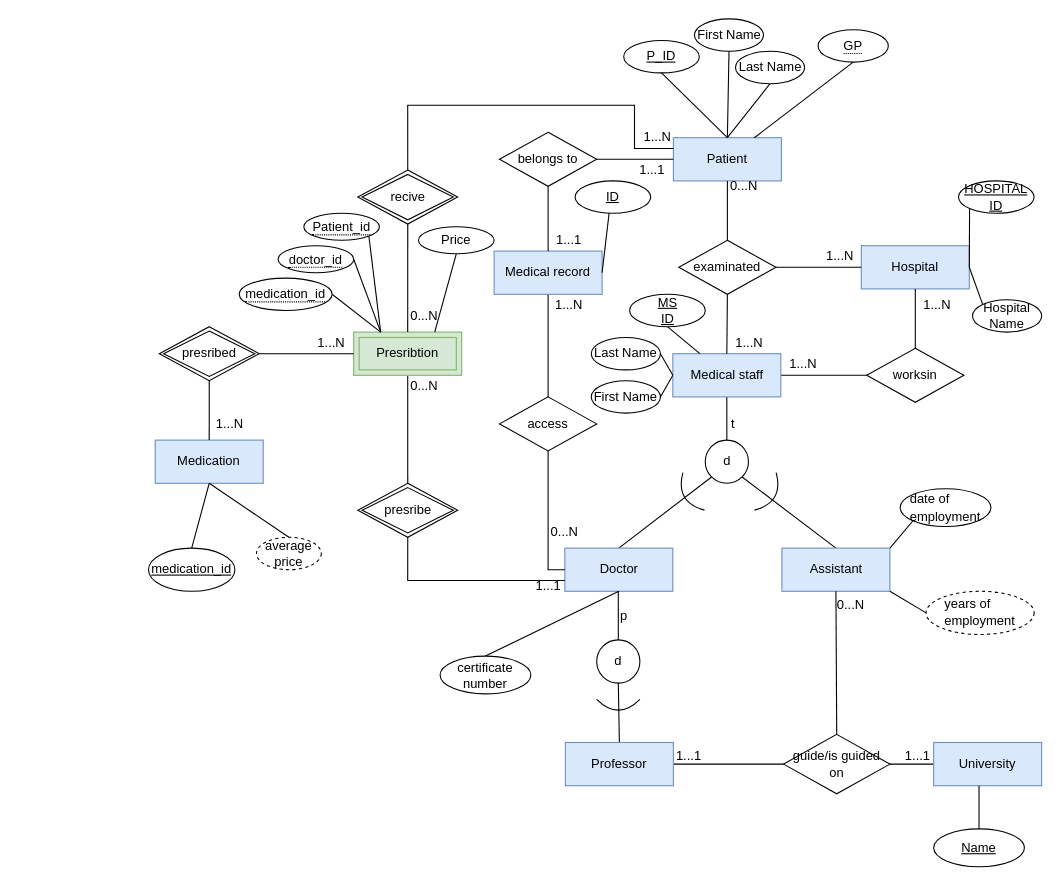
fragolaTJ/TTtrak keeps this draw.io diagram as Untitled Diagram.drawio. Above is the earlier version. Source tidied: cells renumbered, new cells numbered last; positions are measured from the earlier drawing's top-left corner, leaving out a move shared by most shapes. Both pictures are drawn from the tidied source at 108%, with x=0, y=0 at pixel (148, 18).
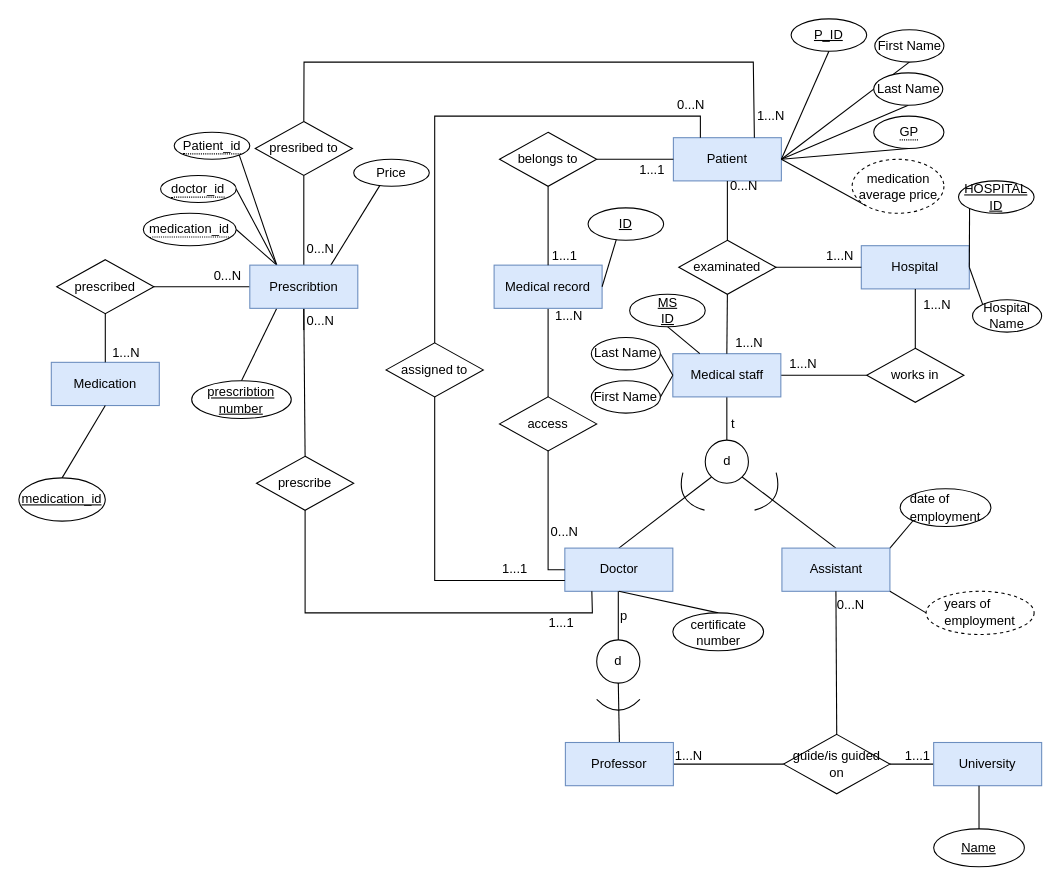
Above is the later version.

The change refers to these unchanged cells:
```xml
<mxCell id="2" value="Patient" style="whiteSpace=wrap;html=1;align=center;fillColor=#dae8fc;strokeColor=#6c8ebf;" parent="1" vertex="1">
  <mxGeometry x="486" y="110" width="100" height="40" as="geometry" />
</mxCell>
<mxCell id="14" value="Doctor" style="whiteSpace=wrap;html=1;align=center;fillColor=#dae8fc;strokeColor=#6c8ebf;" parent="1" vertex="1">
  <mxGeometry x="385.5" y="490" width="100" height="40" as="geometry" />
</mxCell>
```

What changed in the source:
```diff
@@
     <mxCell id="4" value="&lt;div&gt;P_ID&lt;/div&gt;" style="ellipse;whiteSpace=wrap;html=1;align=center;fontStyle=4;" parent="1" vertex="1">
-      <mxGeometry x="440" y="20" width="70" height="30" as="geometry" />
+      <mxGeometry x="595" width="70" height="30" as="geometry" />
     </mxCell>
-    <mxCell id="5" style="edgeStyle=none;jettySize=auto;html=1;rounded=0;entryX=0.5;entryY=1;entryDx=0;entryDy=0;exitX=0.5;exitY=0;exitDx=0;exitDy=0;endArrow=none;endFill=0;" parent="1" edge="1" source="2" target="4">
+    <mxCell id="5" style="edgeStyle=none;jettySize=auto;html=1;rounded=0;entryX=0.5;entryY=1;entryDx=0;entryDy=0;exitX=1;exitY=0.5;exitDx=0;exitDy=0;endArrow=none;endFill=0;" parent="1" edge="1" source="2" target="4">
       <mxGeometry relative="1" as="geometry" />
     </mxCell>
-    <mxCell id="6" style="edgeStyle=none;rounded=0;jettySize=auto;html=1;exitX=0.5;exitY=1;exitDx=0;exitDy=0;entryX=0.5;entryY=0;entryDx=0;entryDy=0;endArrow=none;endFill=0;" parent="1" edge="1" source="7" target="2">
+    <mxCell id="6" style="edgeStyle=none;rounded=0;jettySize=auto;html=1;exitX=0.5;exitY=1;exitDx=0;exitDy=0;entryX=1;entryY=0.5;entryDx=0;entryDy=0;endArrow=none;endFill=0;" parent="1" edge="1" source="7" target="2">
       <mxGeometry relative="1" as="geometry" />
     </mxCell>
     <mxCell id="7" value="First Name" style="ellipse;whiteSpace=wrap;html=1;align=center;" parent="1" vertex="1">
-      <mxGeometry x="505.5" width="64" height="30" as="geometry" />
+      <mxGeometry x="672.5" y="10" width="64" height="30" as="geometry" />
     </mxCell>
@@
-    <mxCell id="23" value="worksin" style="shape=rhombus;perimeter=rhombusPerimeter;whiteSpace=wrap;html=1;align=center;" parent="1" vertex="1">
+    <mxCell id="23" value="works in" style="shape=rhombus;perimeter=rhombusPerimeter;whiteSpace=wrap;html=1;align=center;" parent="1" vertex="1">
       <mxGeometry x="665" y="305" width="90" height="50" as="geometry" />
     </mxCell>
@@
     <mxCell id="29" value="Medical record" style="whiteSpace=wrap;html=1;align=center;fillColor=#dae8fc;strokeColor=#6c8ebf;" parent="1" vertex="1">
-      <mxGeometry x="320" y="215" width="100" height="40" as="geometry" />
+      <mxGeometry x="320" y="228" width="100" height="40" as="geometry" />
     </mxCell>
@@
     <mxCell id="35" value="Medication" style="whiteSpace=wrap;html=1;align=center;fillColor=#dae8fc;strokeColor=#6c8ebf;" parent="1" vertex="1">
-      <mxGeometry x="6.2" y="390" width="100" height="40" as="geometry" />
+      <mxGeometry x="-90" y="318" width="100" height="40" as="geometry" />
     </mxCell>
-    <mxCell id="36" style="edgeStyle=none;rounded=0;jettySize=auto;html=1;exitX=0.5;exitY=1;exitDx=0;exitDy=0;entryX=0.5;entryY=0;entryDx=0;entryDy=0;endArrow=none;endFill=0;" parent="1" edge="1" source="37" target="38">
+    <mxCell id="36" style="edgeStyle=none;rounded=0;jettySize=auto;html=1;exitX=0.5;exitY=1;exitDx=0;exitDy=0;entryX=0.5;entryY=0;entryDx=0;entryDy=0;endArrow=none;endFill=0;" parent="1" edge="1" source="113" target="114">
       <mxGeometry relative="1" as="geometry" />
     </mxCell>
-    <mxCell id="37" value="Presribtion" style="shape=ext;margin=3;double=1;whiteSpace=wrap;html=1;align=center;fillColor=#d5e8d4;strokeColor=#82b366;" parent="1" vertex="1">
-      <mxGeometry x="190" y="290" width="100" height="40" as="geometry" />
-    </mxCell>
-    <mxCell id="38" value="presribe" style="shape=rhombus;double=1;perimeter=rhombusPerimeter;whiteSpace=wrap;html=1;align=center;" parent="1" vertex="1">
-      <mxGeometry x="193.8" y="430" width="92.5" height="50" as="geometry" />
-    </mxCell>
-    <mxCell id="39" style="edgeStyle=none;rounded=0;jettySize=auto;html=1;exitX=0.5;exitY=0;exitDx=0;exitDy=0;entryX=0;entryY=0.25;entryDx=0;entryDy=0;endArrow=none;endFill=0;" parent="1" edge="1" source="40" target="2">
+    <mxCell id="39" style="edgeStyle=none;rounded=0;jettySize=auto;html=1;exitX=0.5;exitY=0;exitDx=0;exitDy=0;endArrow=none;endFill=0;entryX=0.75;entryY=0;entryDx=0;entryDy=0;" parent="1" edge="1" source="115" target="2">
       <mxGeometry relative="1" as="geometry">
         <Array as="points">
-          <mxPoint x="240" y="80" />
-          <mxPoint x="450" y="80" />
-          <mxPoint x="450" y="120" />
+          <mxPoint x="144" y="40" />
+          <mxPoint x="560" y="40" />
         </Array>
       </mxGeometry>
     </mxCell>
-    <mxCell id="40" value="recive" style="shape=rhombus;double=1;perimeter=rhombusPerimeter;whiteSpace=wrap;html=1;align=center;" parent="1" vertex="1">
-      <mxGeometry x="193.8" y="140" width="92.5" height="50" as="geometry" />
-    </mxCell>
-    <mxCell id="41" value="presribed" style="shape=rhombus;double=1;perimeter=rhombusPerimeter;whiteSpace=wrap;html=1;align=center;" parent="1" vertex="1">
-      <mxGeometry x="10" y="285" width="92.5" height="50" as="geometry" />
-    </mxCell>
-    <mxCell id="42" style="edgeStyle=none;rounded=0;jettySize=auto;html=1;exitX=1;exitY=0.5;exitDx=0;exitDy=0;entryX=0;entryY=0.5;entryDx=0;entryDy=0;endArrow=none;endFill=0;" parent="1" edge="1" source="41" target="37">
-      <mxGeometry relative="1" as="geometry" />
-    </mxCell>
+    <mxCell id="109" style="edgeStyle=none;rounded=0;jettySize=auto;html=1;entryX=0;entryY=0.5;entryDx=0;entryDy=0;endArrow=none;endFill=0;exitX=1;exitY=0.5;exitDx=0;exitDy=0;" parent="1" edge="1" source="116" target="113">
+      <mxGeometry relative="1" as="geometry" />
+    </mxCell>
-    <mxCell id="43" style="edgeStyle=none;rounded=0;jettySize=auto;html=1;exitX=0.5;exitY=1;exitDx=0;exitDy=0;entryX=0.5;entryY=0;entryDx=0;entryDy=0;endArrow=none;endFill=0;" parent="1" edge="1" source="41" target="35">
+    <mxCell id="43" style="edgeStyle=none;rounded=0;jettySize=auto;html=1;exitX=0.5;exitY=1;exitDx=0;exitDy=0;entryX=0.5;entryY=0;entryDx=0;entryDy=0;endArrow=none;endFill=0;" parent="1" edge="1" source="116" target="35">
       <mxGeometry relative="1" as="geometry" />
     </mxCell>
-    <mxCell id="44" style="edgeStyle=none;rounded=0;jettySize=auto;html=1;exitX=0.5;exitY=1;exitDx=0;exitDy=0;endArrow=none;endFill=0;entryX=0.5;entryY=0;entryDx=0;entryDy=0;" parent="1" edge="1" source="40" target="37">
-      <mxGeometry relative="1" as="geometry" />
+    <mxCell id="44" style="edgeStyle=none;rounded=0;jettySize=auto;html=1;exitX=0.5;exitY=1;exitDx=0;exitDy=0;endArrow=none;endFill=0;entryX=0.5;entryY=0;entryDx=0;entryDy=0;" parent="1" edge="1" source="113">
+      <mxGeometry relative="1" as="geometry">
+        <mxPoint x="143.8" y="288" as="targetPoint" />
+      </mxGeometry>
     </mxCell>
-    <mxCell id="45" style="edgeStyle=none;rounded=0;jettySize=auto;html=1;exitX=0;exitY=0.75;exitDx=0;exitDy=0;entryX=0.5;entryY=1;entryDx=0;entryDy=0;endArrow=none;endFill=0;" parent="1" edge="1" source="14" target="38">
+    <mxCell id="45" style="edgeStyle=none;rounded=0;jettySize=auto;html=1;exitX=0.25;exitY=1;exitDx=0;exitDy=0;entryX=0.5;entryY=1;entryDx=0;entryDy=0;endArrow=none;endFill=0;" parent="1" edge="1" source="14" target="114">
       <mxGeometry relative="1" as="geometry">
         <Array as="points">
-          <mxPoint x="240" y="520" />
+          <mxPoint x="411" y="550" />
+          <mxPoint x="145" y="550" />
         </Array>
       </mxGeometry>
     </mxCell>
@@
     <mxCell id="50" value="1...N" style="text;html=1;align=center;verticalAlign=middle;strokeColor=none;fillColor=none;" parent="1" vertex="1">
-      <mxGeometry x="363.5" y="250" width="50" height="30" as="geometry" />
+      <mxGeometry x="363.5" y="260" width="50" height="30" as="geometry" />
     </mxCell>
@@
     <mxCell id="52" value="1...1" style="text;html=1;align=center;verticalAlign=middle;strokeColor=none;fillColor=none;" parent="1" vertex="1">
-      <mxGeometry x="345" y="510" width="50" height="30" as="geometry" />
+      <mxGeometry x="357" y="545" width="50" height="30" as="geometry" />
     </mxCell>
     <mxCell id="53" value="1...1" style="text;html=1;align=center;verticalAlign=middle;strokeColor=none;fillColor=none;" parent="1" vertex="1">
-      <mxGeometry x="363.5" y="190" width="50" height="30" as="geometry" />
+      <mxGeometry x="360" y="205" width="50" height="30" as="geometry" />
     </mxCell>
@@
     <mxCell id="55" value="1...N" style="text;html=1;align=center;verticalAlign=middle;strokeColor=none;fillColor=none;" parent="1" vertex="1">
-      <mxGeometry x="445.5" y="95" width="50" height="30" as="geometry" />
+      <mxGeometry x="550.5" y="75" width="50" height="30" as="geometry" />
     </mxCell>
     <mxCell id="56" value="0...N" style="text;html=1;align=center;verticalAlign=middle;strokeColor=none;fillColor=none;" parent="1" vertex="1">
-      <mxGeometry x="230" y="260" width="50" height="30" as="geometry" />
+      <mxGeometry x="133.8" y="265" width="50" height="30" as="geometry" />
     </mxCell>
     <mxCell id="57" value="0...N" style="text;html=1;align=center;verticalAlign=middle;strokeColor=none;fillColor=none;" parent="1" vertex="1">
-      <mxGeometry x="230" y="325" width="50" height="30" as="geometry" />
+      <mxGeometry x="133.8" y="198" width="50" height="30" as="geometry" />
     </mxCell>
     <mxCell id="58" value="1...N" style="text;html=1;align=center;verticalAlign=middle;strokeColor=none;fillColor=none;" parent="1" vertex="1">
-      <mxGeometry x="50" y="360" width="50" height="30" as="geometry" />
+      <mxGeometry x="-46.2" y="295" width="50" height="30" as="geometry" />
     </mxCell>
-    <mxCell id="59" value="1...N" style="text;html=1;align=center;verticalAlign=middle;strokeColor=none;fillColor=none;" parent="1" vertex="1">
-      <mxGeometry x="143.8" y="285" width="50" height="30" as="geometry" />
+    <mxCell id="59" value="0...N" style="text;html=1;align=center;verticalAlign=middle;strokeColor=none;fillColor=none;" parent="1" vertex="1">
+      <mxGeometry x="47.5" y="223" width="50" height="30" as="geometry" />
     </mxCell>
-    <mxCell id="60" style="edgeStyle=none;rounded=0;jettySize=auto;html=1;exitX=0.5;exitY=1;exitDx=0;exitDy=0;entryX=0.5;entryY=0;entryDx=0;entryDy=0;endArrow=none;endFill=0;" parent="1" edge="1" source="61" target="2">
+    <mxCell id="60" style="edgeStyle=none;rounded=0;jettySize=auto;html=1;exitX=0.5;exitY=1;exitDx=0;exitDy=0;entryX=1;entryY=0.5;entryDx=0;entryDy=0;endArrow=none;endFill=0;" parent="1" edge="1" source="61" target="2">
       <mxGeometry relative="1" as="geometry" />
     </mxCell>
     <mxCell id="61" value="Last Name" style="ellipse;whiteSpace=wrap;html=1;align=center;" parent="1" vertex="1">
-      <mxGeometry x="543.5" y="30" width="64" height="30" as="geometry" />
+      <mxGeometry x="671.5" y="50" width="64" height="30" as="geometry" />
     </mxCell>
-    <mxCell id="62" style="edgeStyle=none;rounded=0;jettySize=auto;html=1;exitX=0.5;exitY=1;exitDx=0;exitDy=0;entryX=0.75;entryY=0;entryDx=0;entryDy=0;endArrow=none;endFill=0;" parent="1" edge="1" source="63" target="2">
+    <mxCell id="62" style="edgeStyle=none;rounded=0;jettySize=auto;html=1;exitX=0.5;exitY=1;exitDx=0;exitDy=0;entryX=1;entryY=0.5;entryDx=0;entryDy=0;endArrow=none;endFill=0;" parent="1" edge="1" source="63" target="2">
       <mxGeometry relative="1" as="geometry" />
     </mxCell>
     <mxCell id="63" value="&lt;span style=&quot;border-bottom: 1px dotted&quot;&gt;GP&lt;/span&gt;" style="ellipse;whiteSpace=wrap;html=1;align=center;" parent="1" vertex="1">
-      <mxGeometry x="620" y="10" width="65" height="30" as="geometry" />
+      <mxGeometry x="671.5" y="90" width="65" height="30" as="geometry" />
     </mxCell>
@@
     <mxCell id="72" value="certificate number" style="ellipse;whiteSpace=wrap;html=1;align=center;" parent="1" vertex="1">
-      <mxGeometry x="270" y="590" width="84" height="35" as="geometry" />
+      <mxGeometry x="485.5" y="550" width="84" height="35" as="geometry" />
     </mxCell>
@@
     <mxCell id="75" value="&lt;div&gt;ID&lt;/div&gt;" style="ellipse;whiteSpace=wrap;html=1;align=center;fontStyle=4;" parent="1" vertex="1">
-      <mxGeometry x="395" y="150" width="70" height="30" as="geometry" />
+      <mxGeometry x="407" y="175" width="70" height="30" as="geometry" />
     </mxCell>
@@
-    <mxCell id="83" style="edgeStyle=none;rounded=0;jettySize=auto;html=1;exitX=0.5;exitY=0;exitDx=0;exitDy=0;entryX=0.5;entryY=1;entryDx=0;entryDy=0;endArrow=none;endFill=0;" parent="1" edge="1" source="84" target="35">
-      <mxGeometry relative="1" as="geometry" />
-    </mxCell>
-    <mxCell id="84" value="average price" style="ellipse;whiteSpace=wrap;html=1;align=center;dashed=1;" parent="1" vertex="1">
-      <mxGeometry x="100" y="480" width="60" height="30" as="geometry" />
-    </mxCell>
-    <mxCell id="85" style="edgeStyle=none;rounded=0;jettySize=auto;html=1;exitX=1;exitY=1;exitDx=0;exitDy=0;entryX=0.25;entryY=0;entryDx=0;entryDy=0;endArrow=none;endFill=0;" parent="1" edge="1" source="86" target="37">
+    <mxCell id="85" style="edgeStyle=none;rounded=0;jettySize=auto;html=1;exitX=1;exitY=1;exitDx=0;exitDy=0;entryX=0.25;entryY=0;entryDx=0;entryDy=0;endArrow=none;endFill=0;" parent="1" edge="1" source="86" target="113">
       <mxGeometry relative="1" as="geometry" />
     </mxCell>
     <mxCell id="86" value="&lt;span style=&quot;border-bottom: 1px dotted&quot;&gt;Patient_id&lt;/span&gt;" style="ellipse;whiteSpace=wrap;html=1;align=center;" parent="1" vertex="1">
-      <mxGeometry x="143.8" y="180" width="70" height="25" as="geometry" />
+      <mxGeometry x="23.8" y="105" width="70" height="25" as="geometry" />
     </mxCell>
-    <mxCell id="87" style="edgeStyle=none;rounded=0;jettySize=auto;html=1;exitX=1;exitY=0.5;exitDx=0;exitDy=0;entryX=0.25;entryY=0;entryDx=0;entryDy=0;endArrow=none;endFill=0;" parent="1" edge="1" source="88" target="37">
+    <mxCell id="87" style="edgeStyle=none;rounded=0;jettySize=auto;html=1;exitX=1;exitY=0.5;exitDx=0;exitDy=0;entryX=0.25;entryY=0;entryDx=0;entryDy=0;endArrow=none;endFill=0;" parent="1" edge="1" source="88" target="113">
       <mxGeometry relative="1" as="geometry" />
     </mxCell>
     <mxCell id="88" value="&lt;span style=&quot;border-bottom: 1px dotted&quot;&gt;doctor_id&lt;/span&gt;" style="ellipse;whiteSpace=wrap;html=1;align=center;" parent="1" vertex="1">
-      <mxGeometry x="120" y="210" width="70" height="25" as="geometry" />
+      <mxGeometry x="11.2" y="145" width="70" height="25" as="geometry" />
     </mxCell>
-    <mxCell id="89" style="edgeStyle=none;rounded=0;jettySize=auto;html=1;exitX=1;exitY=0.5;exitDx=0;exitDy=0;entryX=0.25;entryY=0;entryDx=0;entryDy=0;endArrow=none;endFill=0;" parent="1" edge="1" source="90" target="37">
+    <mxCell id="89" style="edgeStyle=none;rounded=0;jettySize=auto;html=1;exitX=1;exitY=0.5;exitDx=0;exitDy=0;entryX=0.25;entryY=0;entryDx=0;entryDy=0;endArrow=none;endFill=0;" parent="1" edge="1" source="90" target="113">
       <mxGeometry relative="1" as="geometry" />
     </mxCell>
     <mxCell id="90" value="&lt;span style=&quot;border-bottom: 1px dotted&quot;&gt;medication_id&lt;/span&gt;" style="ellipse;whiteSpace=wrap;html=1;align=center;" parent="1" vertex="1">
-      <mxGeometry x="84" y="240" width="86" height="30" as="geometry" />
+      <mxGeometry x="-4.8" y="180" width="86" height="30" as="geometry" />
     </mxCell>
     <mxCell id="91" value="&lt;div&gt;medication_id&lt;br&gt;&lt;/div&gt;" style="ellipse;whiteSpace=wrap;html=1;align=center;fontStyle=4;" parent="1" vertex="1">
-      <mxGeometry y="490" width="80" height="40" as="geometry" />
+      <mxGeometry x="-120" y="425" width="80" height="40" as="geometry" />
     </mxCell>
-    <mxCell id="92" style="edgeStyle=none;rounded=0;jettySize=auto;html=1;exitX=0.5;exitY=1;exitDx=0;exitDy=0;entryX=0.75;entryY=0;entryDx=0;entryDy=0;endArrow=none;endFill=0;" parent="1" edge="1" source="93" target="37">
+    <mxCell id="92" style="edgeStyle=none;rounded=0;jettySize=auto;html=1;exitX=0.357;exitY=0.92;exitDx=0;exitDy=0;entryX=0.75;entryY=0;entryDx=0;entryDy=0;endArrow=none;endFill=0;exitPerimeter=0;" parent="1" edge="1" source="93" target="113">
       <mxGeometry relative="1" as="geometry" />
     </mxCell>
     <mxCell id="93" value="Price" style="ellipse;whiteSpace=wrap;html=1;align=center;" parent="1" vertex="1">
-      <mxGeometry x="250" y="192.5" width="70" height="25" as="geometry" />
+      <mxGeometry x="190" y="130" width="70" height="25" as="geometry" />
     </mxCell>
@@
-    <mxCell id="107" value="1...1" style="text;html=1;align=center;verticalAlign=middle;strokeColor=none;fillColor=none;" parent="1" vertex="1">
+    <mxCell id="107" value="1...N" style="text;html=1;align=center;verticalAlign=middle;strokeColor=none;fillColor=none;" parent="1" vertex="1">
       <mxGeometry x="475" y="668" width="50" height="30" as="geometry" />
     </mxCell>
@@
+    <mxCell id="110" style="edgeStyle=none;rounded=0;jettySize=auto;html=1;exitX=0.5;exitY=0;exitDx=0;exitDy=0;entryX=0.25;entryY=1;entryDx=0;entryDy=0;endArrow=none;endFill=0;" parent="1" edge="1" source="111" target="113">
+      <mxGeometry relative="1" as="geometry" />
+    </mxCell>
+    <mxCell id="111" value="&lt;u&gt;prescribtion number&lt;/u&gt;" style="ellipse;whiteSpace=wrap;html=1;align=center;" parent="1" vertex="1">
+      <mxGeometry x="40" y="335" width="92.2" height="35" as="geometry" />
+    </mxCell>
+    <mxCell id="112" style="edgeStyle=none;rounded=0;jettySize=auto;html=1;exitX=0.5;exitY=1;exitDx=0;exitDy=0;endArrow=none;endFill=0;entryX=0.5;entryY=0;entryDx=0;entryDy=0;" parent="1" edge="1" source="115" target="113">
+      <mxGeometry relative="1" as="geometry" />
+    </mxCell>
+    <mxCell id="113" value="Prescribtion" style="whiteSpace=wrap;html=1;align=center;fillColor=#dae8fc;strokeColor=#6c8ebf;" parent="1" vertex="1">
+      <mxGeometry x="93.8" y="228" width="100" height="40" as="geometry" />
+    </mxCell>
+    <mxCell id="114" value="prescribe" style="shape=rhombus;perimeter=rhombusPerimeter;whiteSpace=wrap;html=1;align=center;" parent="1" vertex="1">
+      <mxGeometry x="100" y="405" width="90" height="50" as="geometry" />
+    </mxCell>
+    <mxCell id="115" value="presribed to" style="shape=rhombus;perimeter=rhombusPerimeter;whiteSpace=wrap;html=1;align=center;" parent="1" vertex="1">
+      <mxGeometry x="98.8" y="95" width="90" height="50" as="geometry" />
+    </mxCell>
+    <mxCell id="116" value="prescribed" style="shape=rhombus;perimeter=rhombusPerimeter;whiteSpace=wrap;html=1;align=center;" parent="1" vertex="1">
+      <mxGeometry x="-85" y="223" width="90" height="50" as="geometry" />
+    </mxCell>
+    <mxCell id="117" style="edgeStyle=none;rounded=0;jettySize=auto;html=1;exitX=0;exitY=1;exitDx=0;exitDy=0;entryX=1;entryY=0.5;entryDx=0;entryDy=0;endArrow=none;endFill=0;" parent="1" edge="1" source="118" target="2">
+      <mxGeometry relative="1" as="geometry" />
+    </mxCell>
+    <mxCell id="118" value="medication average price" style="ellipse;whiteSpace=wrap;html=1;align=center;dashed=1;" parent="1" vertex="1">
+      <mxGeometry x="651.5" y="130" width="85" height="50" as="geometry" />
+    </mxCell>
+    <mxCell id="119" style="edgeStyle=orthogonalEdgeStyle;rounded=0;jettySize=auto;html=1;exitX=0.5;exitY=1;exitDx=0;exitDy=0;entryX=0;entryY=0.75;entryDx=0;entryDy=0;endArrow=none;endFill=0;" parent="1" edge="1" source="121" target="14">
+      <mxGeometry relative="1" as="geometry" />
+    </mxCell>
+    <mxCell id="120" style="edgeStyle=orthogonalEdgeStyle;rounded=0;jettySize=auto;html=1;exitX=0.5;exitY=0;exitDx=0;exitDy=0;entryX=0.25;entryY=0;entryDx=0;entryDy=0;endArrow=none;endFill=0;" parent="1" edge="1" source="121" target="2">
+      <mxGeometry relative="1" as="geometry" />
+    </mxCell>
+    <mxCell id="121" value="assigned to" style="shape=rhombus;perimeter=rhombusPerimeter;whiteSpace=wrap;html=1;align=center;" parent="1" vertex="1">
+      <mxGeometry x="220" y="300" width="90" height="50" as="geometry" />
+    </mxCell>
+    <mxCell id="122" value="0...N" style="text;html=1;align=center;verticalAlign=middle;strokeColor=none;fillColor=none;" parent="1" vertex="1">
+      <mxGeometry x="477" y="65" width="50" height="30" as="geometry" />
+    </mxCell>
+    <mxCell id="123" value="1...1" style="text;html=1;align=center;verticalAlign=middle;strokeColor=none;fillColor=none;" parent="1" vertex="1">
+      <mxGeometry x="313.5" y="495" width="50" height="30" as="geometry" />
+    </mxCell>
```
